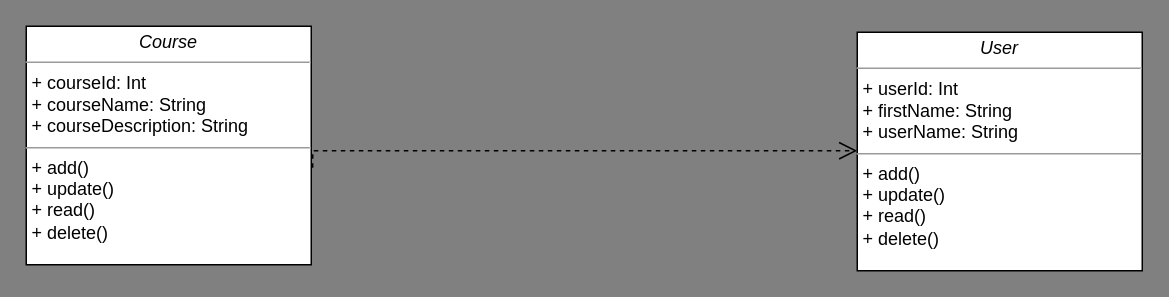
The draw.io diagram Untitled Diagram.drawio in sarahkgh/HWA, before the edit. Source tidied: cells renumbered, new cells numbered last; positions are measured from the earlier drawing's top-left corner, leaving out a move shared by most shapes. Both pictures are drawn from the tidied source at 150%, with x=0, y=0 at pixel (26, 26).
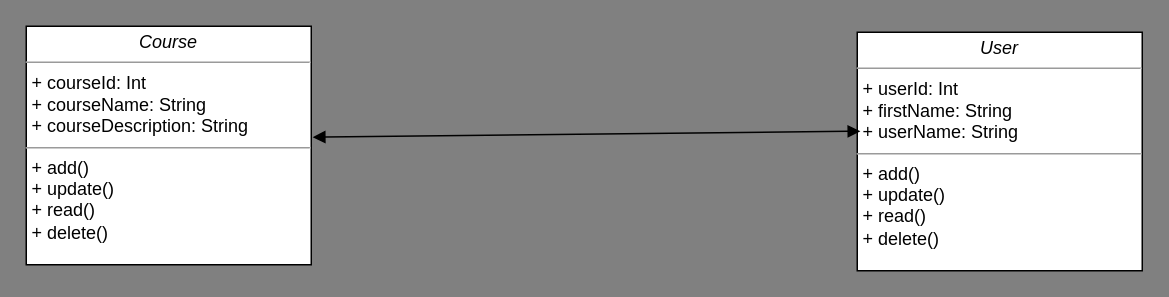
Above is the later version.

Change to the diagram source:
```diff
@@
 <mxGraphModel background="#808080">
   <root>
     <mxCell id="0" />
     <mxCell id="1" parent="0" />
     <mxCell id="2" value="&lt;p style=&quot;margin: 0px ; margin-top: 4px ; text-align: center&quot;&gt;&lt;i&gt;User&lt;/i&gt;&lt;/p&gt;&lt;hr size=&quot;1&quot;&gt;&lt;p style=&quot;margin: 0px ; margin-left: 4px&quot;&gt;+ userId: Int&lt;br&gt;+ firstName: String&lt;/p&gt;&lt;p style=&quot;margin: 0px ; margin-left: 4px&quot;&gt;+ userName: String&lt;/p&gt;&lt;hr size=&quot;1&quot;&gt;&lt;p style=&quot;margin: 0px ; margin-left: 4px&quot;&gt;&lt;span style=&quot;color: rgb(0 , 0 , 0)&quot;&gt;+ add()&lt;/span&gt;&lt;br&gt;&lt;/p&gt;&lt;p style=&quot;margin: 0px 0px 0px 4px&quot;&gt;+ update()&lt;/p&gt;&lt;p style=&quot;margin: 0px 0px 0px 4px&quot;&gt;+ read()&lt;/p&gt;&lt;p style=&quot;margin: 0px 0px 0px 4px&quot;&gt;+ delete()&lt;/p&gt;" style="verticalAlign=top;align=left;overflow=fill;fontSize=12;fontFamily=Helvetica;html=1;rounded=0;shadow=0;comic=0;labelBackgroundColor=none;strokeWidth=1;" parent="1" vertex="1">
       <mxGeometry x="554" y="4" width="190" height="159" as="geometry" />
     </mxCell>
-    <mxCell id="3" style="edgeStyle=orthogonalEdgeStyle;rounded=0;html=1;exitX=1.005;exitY=0.593;dashed=1;labelBackgroundColor=none;startFill=0;endArrow=open;endFill=0;endSize=10;fontFamily=Verdana;fontSize=10;exitDx=0;exitDy=0;exitPerimeter=0;" parent="1" edge="1" source="4">
-      <mxGeometry relative="1" as="geometry">
-        <mxPoint x="554" y="83" as="targetPoint" />
-        <Array as="points">
-          <mxPoint x="554" y="83" />
-          <mxPoint x="554" y="83" />
-        </Array>
-      </mxGeometry>
-    </mxCell>
     <mxCell id="4" value="&lt;p style=&quot;margin: 0px ; margin-top: 4px ; text-align: center&quot;&gt;&lt;i&gt;Course&lt;/i&gt;&lt;/p&gt;&lt;hr size=&quot;1&quot;&gt;&lt;p style=&quot;margin: 0px ; margin-left: 4px&quot;&gt;+ courseId: Int&lt;br&gt;+ courseName: String&lt;/p&gt;&lt;p style=&quot;margin: 0px ; margin-left: 4px&quot;&gt;+ courseDescription: String&lt;/p&gt;&lt;hr size=&quot;1&quot;&gt;&lt;p style=&quot;margin: 0px ; margin-left: 4px&quot;&gt;+ add()&lt;br&gt;+ update()&lt;/p&gt;&lt;p style=&quot;margin: 0px ; margin-left: 4px&quot;&gt;+ read()&lt;/p&gt;&lt;p style=&quot;margin: 0px ; margin-left: 4px&quot;&gt;+ delete()&lt;/p&gt;" style="verticalAlign=top;align=left;overflow=fill;fontSize=12;fontFamily=Helvetica;html=1;rounded=0;shadow=0;comic=0;labelBackgroundColor=none;strokeWidth=1;" parent="1" vertex="1">
       <mxGeometry width="190" height="159" as="geometry" />
     </mxCell>
+    <mxCell id="5" style="endArrow=block;startArrow=block;endFill=1;startFill=1;html=1;rounded=0;exitX=1.005;exitY=0.465;exitDx=0;exitDy=0;exitPerimeter=0;entryX=0.011;entryY=0.415;entryDx=0;entryDy=0;entryPerimeter=0;" parent="1" edge="1" source="4" target="2">
+      <mxGeometry relative="1" as="geometry" />
+    </mxCell>
   </root>
 </mxGraphModel>
```
